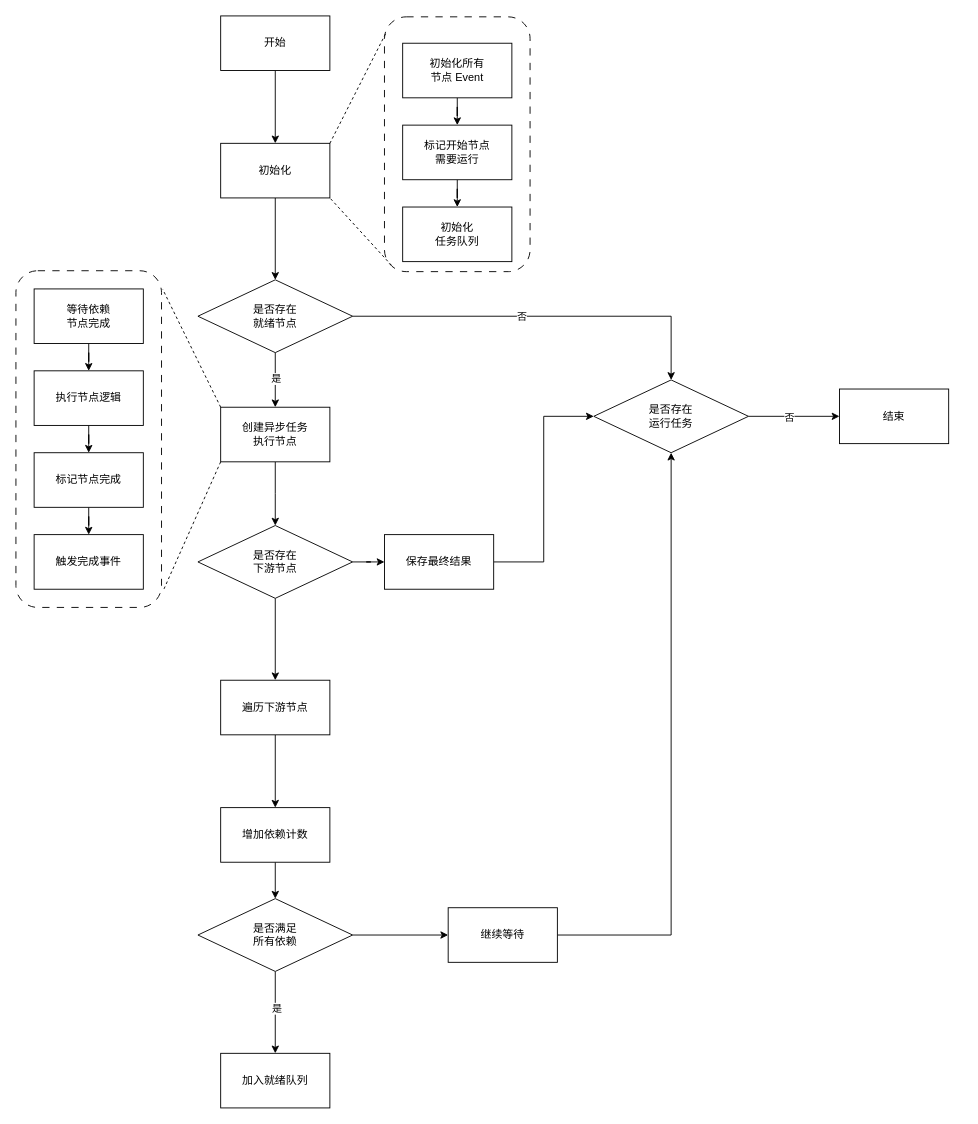
Before: ED-BFS算法.drawio in huaxiaojilzg/workflow_draw, a draw.io diagram. Source tidied: cells renumbered, new cells numbered last; positions are measured from the earlier drawing's top-left corner, leaving out a move shared by most shapes. Both pictures are drawn from the tidied source at 91%, with x=0, y=0 at pixel (15, 15).
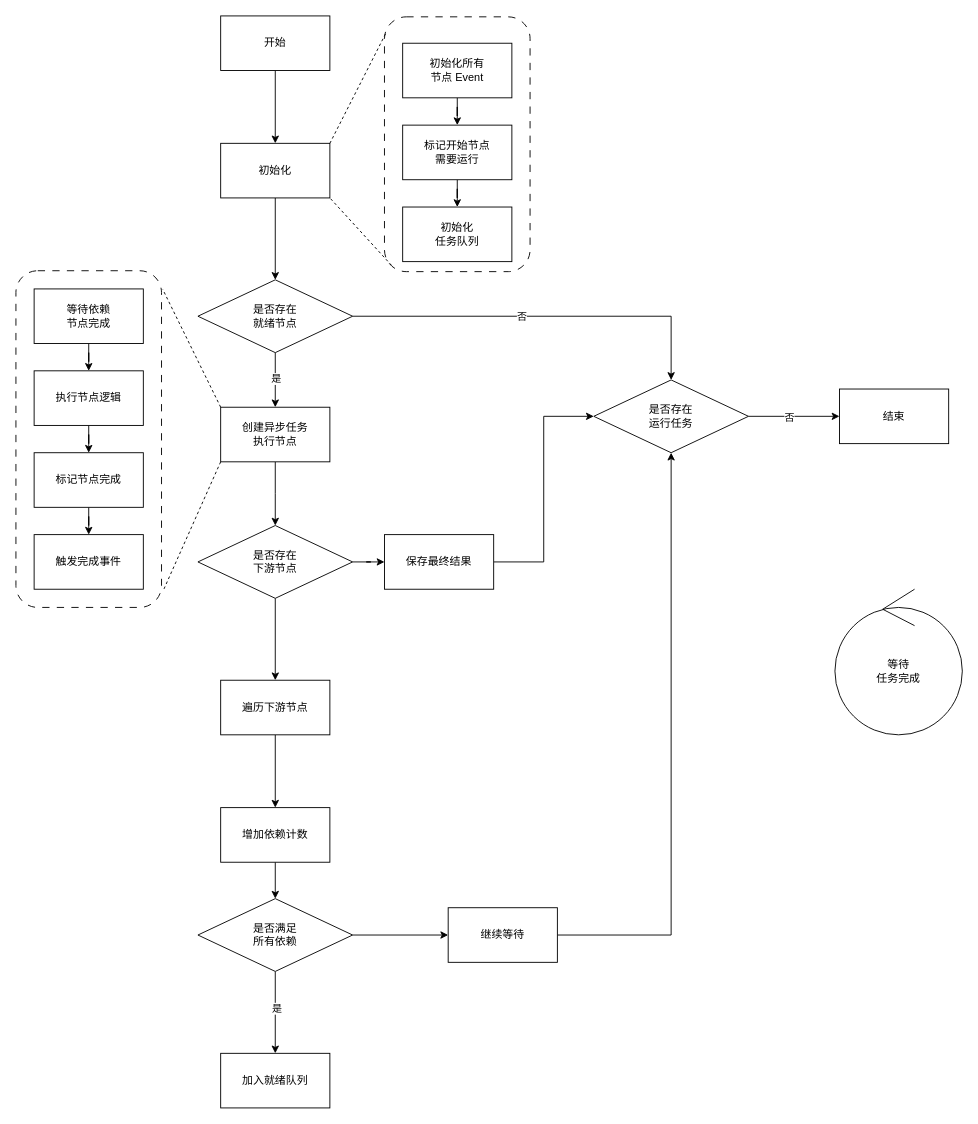
After the change.

Change to the diagram source:
```diff
@@
+    <mxCell id="53" value="等待&lt;div&gt;任务完成&lt;/div&gt;" style="ellipse;shape=umlControl;whiteSpace=wrap;html=1;" parent="1" vertex="1">
+      <mxGeometry x="900" y="630" width="140" height="160" as="geometry" />
+    </mxCell>
```
